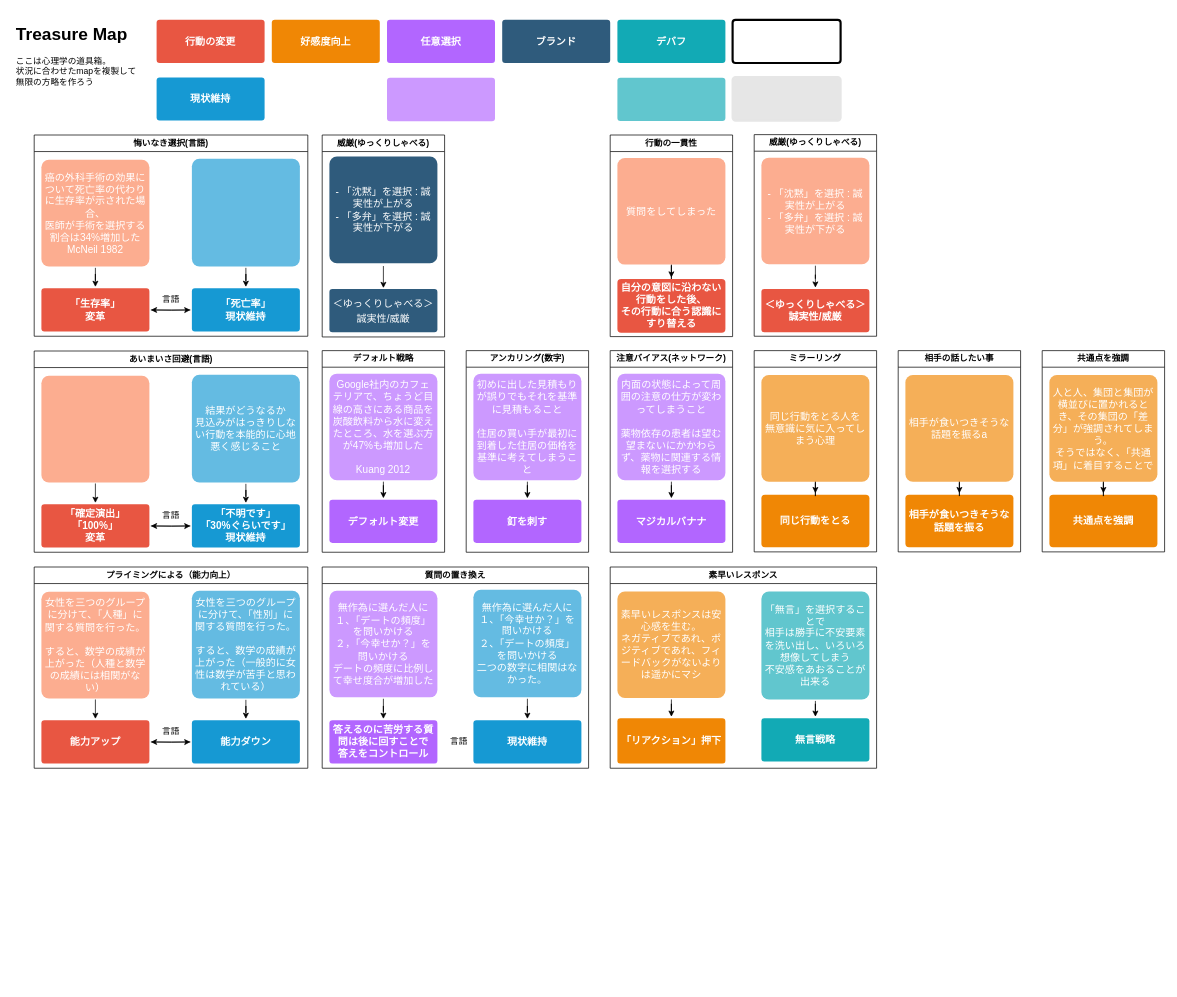
minegishirei/draw_v1 keeps this draw.io diagram as page "treasure_map" (1 of 9) of psy/psy.drawio. Above is the earlier version. Source tidied: cells renumbered, new cells numbered last; positions are measured from the earlier drawing's top-left corner, leaving out a move shared by most shapes. Both pictures are drawn from the tidied source at 72%, with x=0, y=0 at pixel (12, 19).
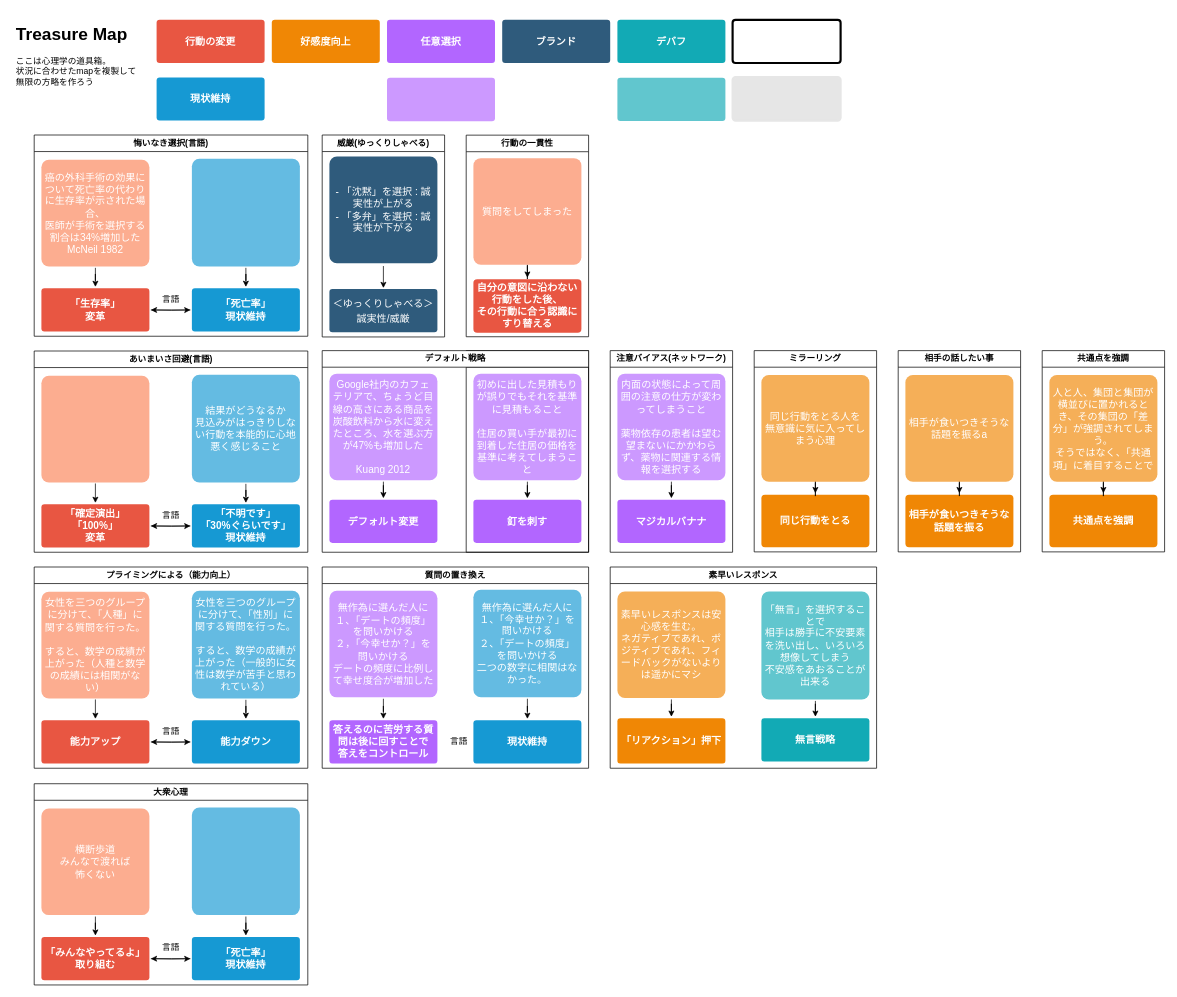
The same page after the edit.

Commit message:
psy.drawio を更新します

Diff of the diagram source:
```diff
@@
     <mxCell id="24" value="デフォルト戦略" style="swimlane;whiteSpace=wrap;html=1;" parent="1" vertex="1">
-      <mxGeometry x="430" y="459.5" width="170" height="280" as="geometry" />
+      <mxGeometry x="430" y="459.5" width="370" height="280" as="geometry" />
     </mxCell>
@@
-    <mxCell id="57" value="威厳(ゆっくりしゃべる)" style="swimlane;whiteSpace=wrap;html=1;" parent="1" vertex="1">
-      <mxGeometry x="1030" y="159.5" width="170" height="280" as="geometry" />
-    </mxCell>
-    <mxCell id="58" style="edgeStyle=orthogonalEdgeStyle;rounded=0;jettySize=auto;html=1;entryX=0.5;entryY=0;entryDx=0;entryDy=0;" parent="57" edge="1" source="59" target="60">
-      <mxGeometry relative="1" as="geometry" />
-    </mxCell>
-    <mxCell id="59" value="&lt;div&gt;- 「沈黙」を選択 : 誠実性が上がる&lt;/div&gt;&lt;div&gt;- 「多弁」を選択 : 誠実性が下がる&lt;/div&gt;" style="rounded=1;whiteSpace=wrap;html=1;shadow=0;labelBackgroundColor=none;strokeColor=none;strokeWidth=3;fillColor=#FCAD90;fontFamily=Helvetica;fontSize=14;fontColor=#FFFFFF;align=center;spacing=5;arcSize=7;perimeterSpacing=2;" parent="57" vertex="1">
-      <mxGeometry x="10" y="32" width="150" height="148" as="geometry" />
-    </mxCell>
-    <mxCell id="60" value="＜ゆっくりしゃべる＞&lt;br&gt;誠実性/威厳" style="rounded=1;whiteSpace=wrap;html=1;shadow=0;labelBackgroundColor=none;strokeColor=none;strokeWidth=3;fillColor=#e85642;fontFamily=Helvetica;fontSize=14;fontColor=#FFFFFF;align=center;spacing=5;fontStyle=1;arcSize=7;perimeterSpacing=2;" parent="57" vertex="1">
-      <mxGeometry x="10" y="214.5" width="150" height="60" as="geometry" />
-    </mxCell>
@@
     <mxCell id="71" value="行動の一貫性" style="swimlane;whiteSpace=wrap;html=1;" parent="1" vertex="1">
-      <mxGeometry x="830" y="160" width="170" height="280" as="geometry" />
+      <mxGeometry x="630" y="160.2" width="170" height="280" as="geometry" />
     </mxCell>
@@
+    <mxCell id="94" value="大衆心理" style="swimlane;whiteSpace=wrap;html=1;" parent="1" vertex="1">
+      <mxGeometry x="30" y="1061" width="380" height="279.5" as="geometry" />
+    </mxCell>
+    <mxCell id="95" style="edgeStyle=orthogonalEdgeStyle;rounded=0;jettySize=auto;html=1;" parent="94" edge="1" source="96">
+      <mxGeometry relative="1" as="geometry">
+        <mxPoint x="162" y="243" as="targetPoint" />
+      </mxGeometry>
+    </mxCell>
+    <mxCell id="96" value="「死亡率」&lt;br&gt;現状維持" style="rounded=1;whiteSpace=wrap;html=1;shadow=0;labelBackgroundColor=none;strokeColor=none;strokeWidth=3;fillColor=#1699d3;fontFamily=Helvetica;fontSize=14;fontColor=#FFFFFF;align=center;spacing=5;fontStyle=1;arcSize=7;perimeterSpacing=2;" parent="94" vertex="1">
+      <mxGeometry x="219" y="213" width="150" height="60" as="geometry" />
+    </mxCell>
+    <mxCell id="97" style="edgeStyle=orthogonalEdgeStyle;rounded=0;jettySize=auto;html=1;entryX=0;entryY=0.5;entryDx=0;entryDy=0;" parent="94" edge="1" target="96">
+      <mxGeometry relative="1" as="geometry">
+        <mxPoint x="162" y="243" as="sourcePoint" />
+      </mxGeometry>
+    </mxCell>
+    <mxCell id="98" style="edgeStyle=orthogonalEdgeStyle;rounded=0;jettySize=auto;html=1;entryX=0.5;entryY=0;entryDx=0;entryDy=0;" parent="94" edge="1" source="99" target="96">
+      <mxGeometry relative="1" as="geometry" />
+    </mxCell>
+    <mxCell id="99" style="rounded=1;whiteSpace=wrap;html=1;shadow=0;labelBackgroundColor=none;strokeColor=none;strokeWidth=3;fillColor=#64bbe2;fontFamily=Helvetica;fontSize=14;fontColor=#FFFFFF;align=center;spacing=5;arcSize=7;perimeterSpacing=2;" parent="94" vertex="1">
+      <mxGeometry x="219" y="33" width="150" height="149.5" as="geometry" />
+    </mxCell>
+    <mxCell id="100" value="言語" style="text;html=1;strokeColor=none;fillColor=none;align=center;verticalAlign=middle;whiteSpace=wrap;rounded=0;" parent="94" vertex="1">
+      <mxGeometry x="160" y="213" width="60" height="30" as="geometry" />
+    </mxCell>
+    <mxCell id="101" style="edgeStyle=orthogonalEdgeStyle;rounded=0;jettySize=auto;html=1;entryX=0.5;entryY=0;entryDx=0;entryDy=0;" parent="94" edge="1" source="102" target="103">
+      <mxGeometry relative="1" as="geometry" />
+    </mxCell>
+    <mxCell id="102" value="横断歩道&lt;br&gt;みんなで渡れば&lt;br&gt;怖くない" style="rounded=1;whiteSpace=wrap;html=1;shadow=0;labelBackgroundColor=none;strokeColor=none;strokeWidth=3;fillColor=#FCAD90;fontFamily=Helvetica;fontSize=14;fontColor=#FFFFFF;align=center;spacing=5;arcSize=7;perimeterSpacing=2;" parent="94" vertex="1">
+      <mxGeometry x="10" y="34.5" width="150" height="148" as="geometry" />
+    </mxCell>
+    <mxCell id="103" value="「みんなやってるよ」&lt;br&gt;取り組む" style="rounded=1;whiteSpace=wrap;html=1;shadow=0;labelBackgroundColor=none;strokeColor=none;strokeWidth=3;fillColor=#e85642;fontFamily=Helvetica;fontSize=14;fontColor=#FFFFFF;align=center;spacing=5;fontStyle=1;arcSize=7;perimeterSpacing=2;" parent="94" vertex="1">
+      <mxGeometry x="10" y="213" width="150" height="60" as="geometry" />
+    </mxCell>
```
